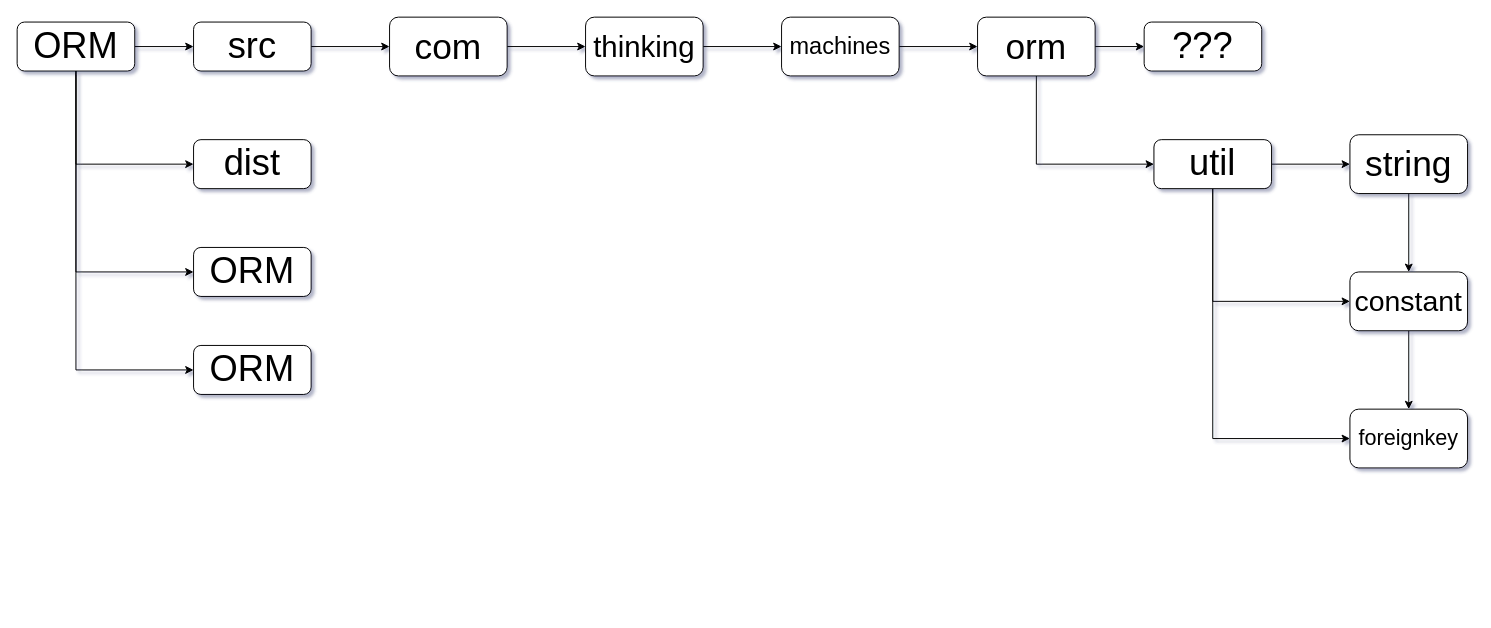
This is Docs/ORM-Packaging-Ilustration.drawio from Aakash-Tamboli/ORM-Framework, a draw.io file, before an edit. Source tidied: cells renumbered, new cells numbered last; positions are measured from the earlier drawing's top-left corner, leaving out a move shared by most shapes. Both pictures are drawn from the tidied source at 98%, with x=0, y=0 at pixel (17, 17).
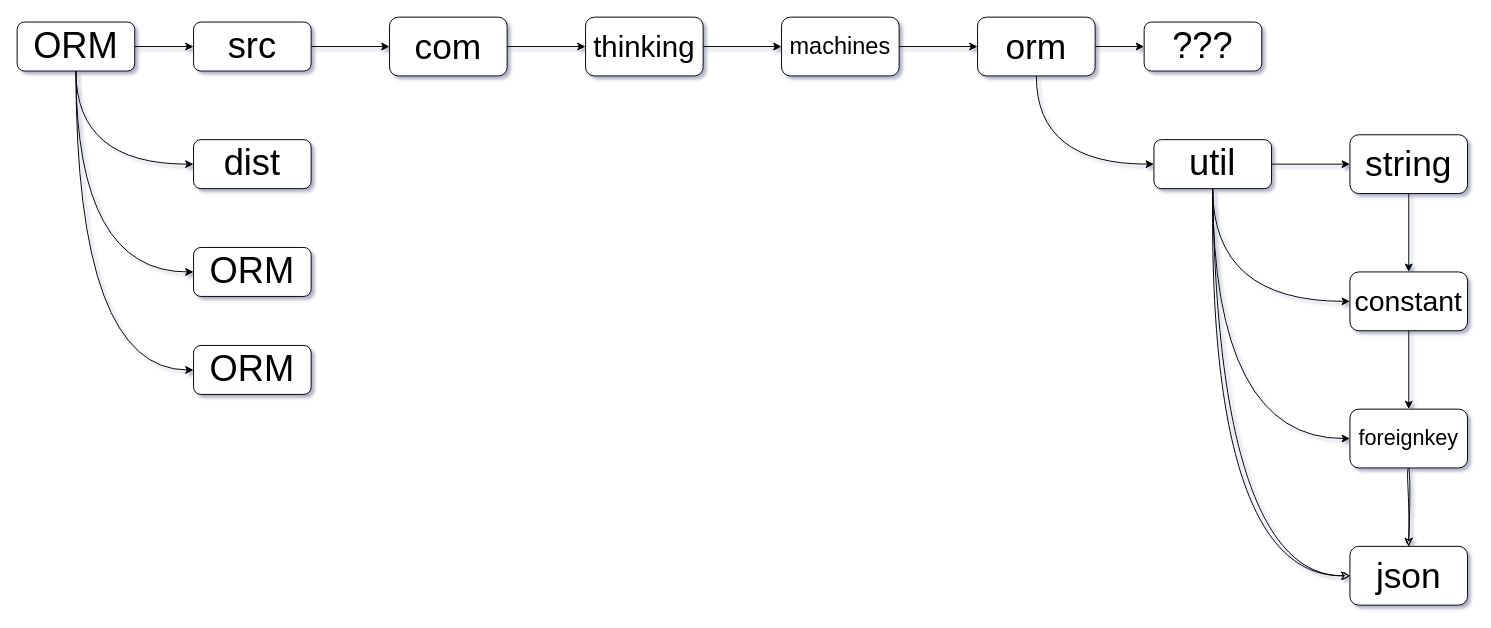
After the change.

The change refers to these unchanged cells:
```xml
<mxCell id="6" value="&lt;font style=&quot;font-size: 37px;&quot;&gt;ORM&lt;/font&gt;" style="rounded=1;whiteSpace=wrap;html=1;" parent="1" vertex="1">
  <mxGeometry y="5" width="120" height="50" as="geometry" />
</mxCell>
<mxCell id="9" value="&lt;font style=&quot;font-size: 37px;&quot;&gt;dist&lt;br&gt;&lt;/font&gt;" style="rounded=1;whiteSpace=wrap;html=1;" parent="1" vertex="1">
  <mxGeometry x="180" y="125" width="120" height="50" as="geometry" />
</mxCell>
<mxCell id="10" value="&lt;font style=&quot;font-size: 37px;&quot;&gt;ORM&lt;/font&gt;" style="rounded=1;whiteSpace=wrap;html=1;shadow=0;" parent="1" vertex="1">
  <mxGeometry x="180" y="235" width="120" height="50" as="geometry" />
</mxCell>
<mxCell id="11" value="&lt;font style=&quot;font-size: 37px;&quot;&gt;ORM&lt;/font&gt;" style="rounded=1;whiteSpace=wrap;html=1;" parent="1" vertex="1">
  <mxGeometry x="180" y="335" width="120" height="50" as="geometry" />
</mxCell>
<mxCell id="20" value="&lt;font style=&quot;font-size: 36px;&quot;&gt;orm&lt;/font&gt;" style="whiteSpace=wrap;html=1;rounded=1;" parent="1" vertex="1">
  <mxGeometry x="980" width="120" height="60" as="geometry" />
</mxCell>
<mxCell id="24" value="&lt;font style=&quot;font-size: 37px;&quot;&gt;util&lt;/font&gt;" style="rounded=1;whiteSpace=wrap;html=1;" parent="1" vertex="1">
  <mxGeometry x="1160" y="125" width="120" height="50" as="geometry" />
</mxCell>
<mxCell id="29" value="&lt;font style=&quot;font-size: 29px;&quot;&gt;constant&lt;/font&gt;" style="whiteSpace=wrap;html=1;rounded=1;" parent="1" vertex="1">
  <mxGeometry x="1360" y="260" width="120" height="60" as="geometry" />
</mxCell>
<mxCell id="30" value="&lt;font style=&quot;font-size: 22px;&quot;&gt;foreignkey&lt;/font&gt;" style="whiteSpace=wrap;html=1;rounded=1;" parent="1" vertex="1">
  <mxGeometry x="1360" y="400" width="120" height="60" as="geometry" />
</mxCell>
```

Change to the diagram source:
```diff
@@
-    <mxCell id="3" style="edgeStyle=orthogonalEdgeStyle;rounded=0;jettySize=auto;html=1;exitX=0.5;exitY=1;exitDx=0;exitDy=0;entryX=0;entryY=0.5;entryDx=0;entryDy=0;" parent="1" edge="1" source="6" target="9">
+    <mxCell id="3" style="edgeStyle=orthogonalEdgeStyle;rounded=0;jettySize=auto;html=1;exitX=0.5;exitY=1;exitDx=0;exitDy=0;entryX=0;entryY=0.5;entryDx=0;entryDy=0;curved=1;" parent="1" edge="1" source="6" target="9">
       <mxGeometry relative="1" as="geometry" />
     </mxCell>
-    <mxCell id="4" style="edgeStyle=orthogonalEdgeStyle;rounded=0;jettySize=auto;html=1;exitX=0.5;exitY=1;exitDx=0;exitDy=0;entryX=0;entryY=0.5;entryDx=0;entryDy=0;" parent="1" edge="1" source="6" target="10">
+    <mxCell id="4" style="edgeStyle=orthogonalEdgeStyle;rounded=0;jettySize=auto;html=1;exitX=0.5;exitY=1;exitDx=0;exitDy=0;entryX=0;entryY=0.5;entryDx=0;entryDy=0;curved=1;" parent="1" edge="1" source="6" target="10">
       <mxGeometry relative="1" as="geometry" />
     </mxCell>
-    <mxCell id="5" style="edgeStyle=orthogonalEdgeStyle;rounded=0;jettySize=auto;html=1;exitX=0.5;exitY=1;exitDx=0;exitDy=0;entryX=0;entryY=0.5;entryDx=0;entryDy=0;" parent="1" edge="1" source="6" target="11">
+    <mxCell id="5" style="edgeStyle=orthogonalEdgeStyle;rounded=0;jettySize=auto;html=1;exitX=0.5;exitY=1;exitDx=0;exitDy=0;entryX=0;entryY=0.5;entryDx=0;entryDy=0;curved=1;" parent="1" edge="1" source="6" target="11">
       <mxGeometry relative="1" as="geometry" />
     </mxCell>
@@
-    <mxCell id="19" style="edgeStyle=orthogonalEdgeStyle;rounded=0;jettySize=auto;html=1;exitX=0.5;exitY=1;exitDx=0;exitDy=0;entryX=0;entryY=0.5;entryDx=0;entryDy=0;" parent="1" edge="1" source="20" target="24">
+    <mxCell id="19" style="edgeStyle=orthogonalEdgeStyle;rounded=0;jettySize=auto;html=1;exitX=0.5;exitY=1;exitDx=0;exitDy=0;entryX=0;entryY=0.5;entryDx=0;entryDy=0;curved=1;" parent="1" edge="1" source="20" target="24">
       <mxGeometry relative="1" as="geometry" />
     </mxCell>
@@
-    <mxCell id="22" style="edgeStyle=orthogonalEdgeStyle;rounded=0;jettySize=auto;html=1;exitX=0.5;exitY=1;exitDx=0;exitDy=0;entryX=0;entryY=0.5;entryDx=0;entryDy=0;fontFamily=Helvetica;fontSize=12;fontColor=default;" parent="1" edge="1" source="24" target="29">
+    <mxCell id="22" style="edgeStyle=orthogonalEdgeStyle;rounded=0;jettySize=auto;html=1;exitX=0.5;exitY=1;exitDx=0;exitDy=0;entryX=0;entryY=0.5;entryDx=0;entryDy=0;fontFamily=Helvetica;fontSize=12;fontColor=default;curved=1;" parent="1" edge="1" source="24" target="29">
       <mxGeometry relative="1" as="geometry" />
     </mxCell>
-    <mxCell id="23" style="edgeStyle=orthogonalEdgeStyle;rounded=0;jettySize=auto;html=1;exitX=0.5;exitY=1;exitDx=0;exitDy=0;entryX=0;entryY=0.5;entryDx=0;entryDy=0;fontFamily=Helvetica;fontSize=12;fontColor=default;" parent="1" edge="1" source="24" target="30">
+    <mxCell id="23" style="edgeStyle=orthogonalEdgeStyle;rounded=0;jettySize=auto;html=1;exitX=0.5;exitY=1;exitDx=0;exitDy=0;entryX=0;entryY=0.5;entryDx=0;entryDy=0;fontFamily=Helvetica;fontSize=12;fontColor=default;curved=1;" parent="1" edge="1" source="24" target="30">
       <mxGeometry relative="1" as="geometry" />
     </mxCell>
+    <mxCell id="31" style="edgeStyle=orthogonalEdgeStyle;rounded=0;sketch=1;hachureGap=4;jiggle=2;curveFitting=1;jettySize=auto;html=1;exitX=0.5;exitY=1;exitDx=0;exitDy=0;entryX=0;entryY=0.5;entryDx=0;entryDy=0;fontFamily=Architects Daughter;fontSize=16;curved=1;" parent="1" edge="1" source="24" target="33">
+      <mxGeometry relative="1" as="geometry" />
+    </mxCell>
@@
+    <mxCell id="32" style="edgeStyle=orthogonalEdgeStyle;rounded=0;sketch=1;hachureGap=4;jiggle=2;curveFitting=1;jettySize=auto;html=1;fontFamily=Architects Daughter;fontSize=16;strokeColor=default;curved=1;" parent="1" edge="1" source="30" target="33">
+      <mxGeometry relative="1" as="geometry" />
+    </mxCell>
@@
+    <mxCell id="33" value="&lt;font style=&quot;font-size: 36px;&quot;&gt;json&lt;/font&gt;" style="whiteSpace=wrap;html=1;rounded=1;" parent="1" vertex="1">
+      <mxGeometry x="1360" y="540" width="120" height="60" as="geometry" />
+    </mxCell>
```
